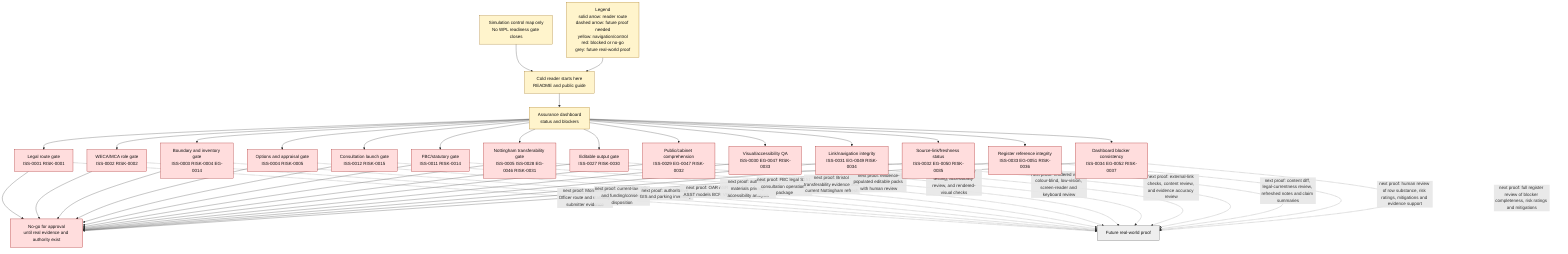
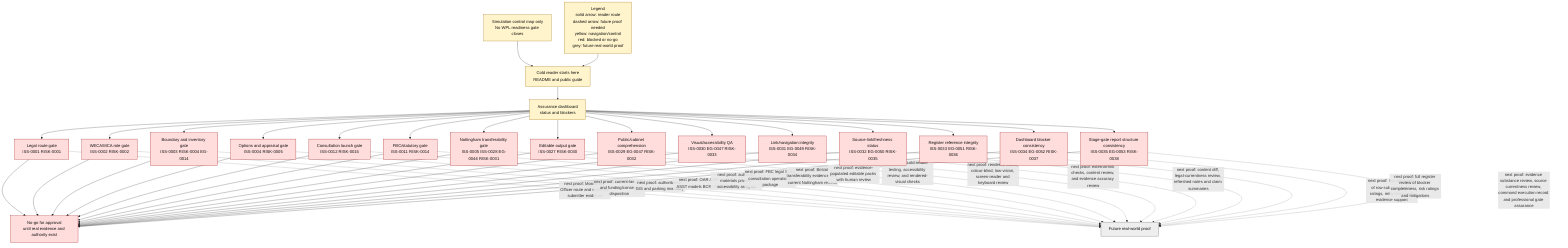
flowchart TD
    Caption["Simulation control map only<br/>No WPL readiness gate closes"]
    Legend["Legend<br/>solid arrow: reader route<br/>dashed arrow: future proof needed<br/>yellow: navigation/control<br/>red: blocked or no-go<br/>grey: future real-world proof"]
    Caption --> Start
    Legend --> Start
    Start["Cold reader starts here<br/>README and public guide"] --> Dash["Assurance dashboard<br/>status and blockers"]
    Dash --> Legal["Legal route gate<br/>ISS-0001 RISK-0001"]
    Dash --> WECA["WECA/MCA role gate<br/>ISS-0002 RISK-0002"]
    Dash --> Spatial["Boundary and inventory gate<br/>ISS-0003 RISK-0004 EG-0014"]
    Dash --> Appraisal["Options and appraisal gate<br/>ISS-0004 RISK-0005"]
    Dash --> Consult["Consultation launch gate<br/>ISS-0012 RISK-0015"]
    Dash --> FBC["FBC/statutory gate<br/>ISS-0011 RISK-0014"]
    Dash --> Nottingham["Nottingham transferability gate<br/>ISS-0005 ISS-0028 EG-0046 RISK-0031"]
    Dash --> Authoring["Editable output gate<br/>ISS-0027 RISK-0030"]
    Dash --> Comprehension["Public/cabinet comprehension<br/>ISS-0029 EG-0047 RISK-0032"]
    Dash --> VisualQA["Visual/accessibility QA<br/>ISS-0030 EG-0047 RISK-0033"]
    Dash --> NavigationQA["Link/navigation integrity<br/>ISS-0031 EG-0049 RISK-0034"]
    Dash --> SourceFreshness["Source-link/freshness status<br/>ISS-0032 EG-0050 RISK-0035"]
    Dash --> RegisterIntegrity["Register reference integrity<br/>ISS-0033 EG-0051 RISK-0036"]
    Dash --> DashboardConsistency["Dashboard blocker consistency<br/>ISS-0034 EG-0052 RISK-0037"]
+     Dash --> GateReportQA["Stage-gate report structure consistency<br/>ISS-0035 EG-0053 RISK-0038"]

    Legal --> NoGo["No-go for approval<br/>until real evidence and authority exist"]
    WECA --> NoGo
    Spatial --> NoGo
    Appraisal --> NoGo
    Consult --> NoGo
    FBC --> NoGo
    Nottingham --> NoGo
    Authoring --> NoGo
    Comprehension --> NoGo
    VisualQA --> NoGo
    NavigationQA --> NoGo
    SourceFreshness --> NoGo
    RegisterIntegrity --> NoGo
    DashboardConsistency --> NoGo
+     GateReportQA --> NoGo

    Legal -. "next proof: Monitoring Officer route and statutory submitter evidence" .-> Proof["Future real-world proof"]
    WECA -. "next proof: current-law role and funding/consent disposition" .-> Proof
    Spatial -. "next proof: authoritative GIS and parking inventory" .-> Proof
    Appraisal -. "next proof: OAR ASR ASST models BCR VFM" .-> Proof
    Consult -. "next proof: authority materials privacy accessibility analysis" .-> Proof
    FBC -. "next proof: FBC legal S151 consultation operations package" .-> Proof
    Nottingham -. "next proof: Bristol transferability evidence and current Nottingham refresh" .-> Proof
    Authoring -. "next proof: evidence-populated editable packs with human review" .-> Proof
    Comprehension -. "next proof: cold-reader testing, accessibility review, and rendered-visual checks" .-> Proof
    VisualQA -. "next proof: rendered visual, colour-blind, low-vision, screen-reader and keyboard review" .-> Proof
    NavigationQA -. "next proof: external-link checks, content review, and evidence accuracy review" .-> Proof
    SourceFreshness -. "next proof: content diff, legal-currentness review, refreshed notes and claim summaries" .-> Proof
    RegisterIntegrity -. "next proof: human review of row substance, risk ratings, mitigations and evidence support" .-> Proof
    DashboardConsistency -. "next proof: full register review of blocker completeness, risk ratings and mitigations" .-> Proof
+     GateReportQA -. "next proof: evidence substance review, source currentness review, command execution record and professional gate assurance" .-> Proof

    classDef start fill:#ddf4ff,stroke:#005f99,color:#111111;
    classDef blocked fill:#ffdddd,stroke:#990000,color:#111111;
    classDef guide fill:#fff4cc,stroke:#996600,color:#111111;
    classDef future fill:#eeeeee,stroke:#555555,color:#111111;

    class Start,Dash,Caption,Legend guide;
-     class Legal,WECA,Spatial,Appraisal,Consult,FBC,Nottingham,Authoring,Comprehension,VisualQA,NavigationQA,SourceFreshness,RegisterIntegrity,DashboardConsistency,NoGo blocked;
+     class Legal,WECA,Spatial,Appraisal,Consult,FBC,Nottingham,Authoring,Comprehension,VisualQA,NavigationQA,SourceFreshness,RegisterIntegrity,DashboardConsistency,GateReportQA,NoGo blocked;
    class Proof future;
